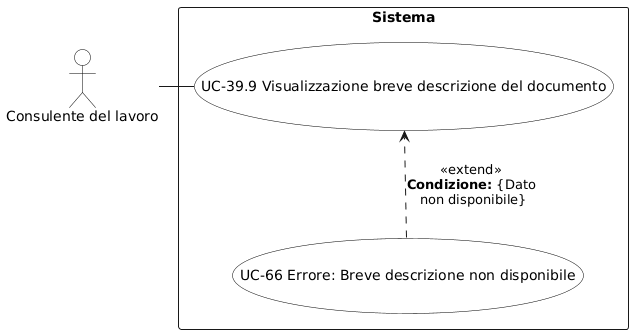
Before: RTB/Analisi dei Requisiti/diagrammi_use_case/UC-39.9.png, a diagram exported from PlantUML (aLittleByte-19/Documentazione).
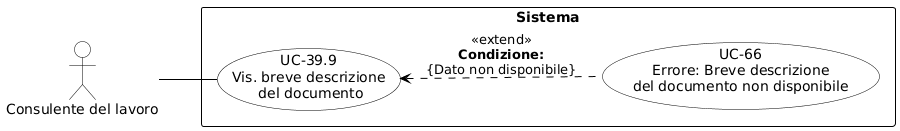
After the change.

What changed in the source:
```diff
@@ -1,25 +1,32 @@
 @startuml
-skinparam backgroundColor white
+skinparam shadowing false
+skinparam defaultFontName Arial
+left to right direction
+skinparam nodesep 15
+skinparam ranksep 50
+
+skinparam usecase {
+    BackgroundColor white
+    BorderColor black
+    ArrowColor black
+}
 skinparam actor {
-  BackgroundColor white
-  BorderColor black
-  FontColor black
+    BackgroundColor white
+    BorderColor black
 }
-skinparam usecase {
-  BackgroundColor white
-  BorderColor black
-  FontColor black
+skinparam rectangle {
+    BorderColor black
+    FontStyle bold
 }
-actor "Consulente del lavoro" as C
+
+actor "Consulente del lavoro" as CL
 
 rectangle "Sistema" {
-  (UC-39.9 Visualizzazione breve descrizione del documento) as UC399
-  (UC-66 Errore: Breve descrizione non disponibile) as UC66
+    usecase "UC-39.9\nVis. breve descrizione\n del documento" as UC39_9
+    usecase "UC-66\nErrore: Breve descrizione\ndel documento non disponibile" as UC66
 
-  UC399 -[hidden]down- UC66
-
-  UC66 ..> UC399 : <<extend>>\n**Condizione:** {Dato\n non disponibile}
+    UC39_9 <.. UC66 : <<extend>>\n**Condizione:**\n{Dato non disponibile}
 }
 
-C - UC399
+CL -- UC39_9
 @enduml
```
